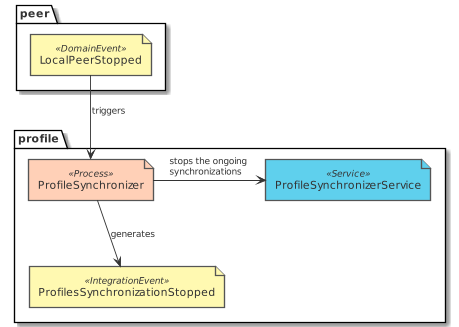
tmorin/dorders keeps this PlantUML diagram as paper/design_profile_eventstorming_synchronize_profiles_stop.png. Above is the earlier version. Source of this version:
```plantuml
@startuml design_profile_eventstorming_synchronize_profiles_stop
!include common.puml
!include ../.gdiag/plantuml-libs/eventstorming/eventstorming-all.puml
package peer {
  domain_event('LocalPeerStopped')
}
package profile {
  process('ProfileSynchronizer')
  service('ProfileSynchronizerService')
  integration_event('ProfilesSynchronizationStopped')
}

LocalPeerStopped -d-> ProfileSynchronizer : triggers
ProfileSynchronizer -r-> ProfileSynchronizerService : stops the ongoing synchronizations
ProfileSynchronizer --> ProfilesSynchronizationStopped : generates
@enduml
```
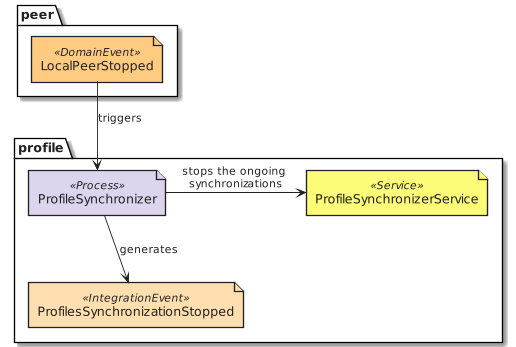
Later version of the same file.

What changed in the source:
```diff
@@ -1,13 +1,12 @@
 @startuml design_profile_eventstorming_synchronize_profiles_stop
-!include common.puml
-!include ../.gdiag/plantuml-libs/eventstorming/eventstorming-all.puml
+!include common.eventstorming.puml
 package peer {
-  domain_event('LocalPeerStopped')
+  DomainEvent('LocalPeerStopped')
 }
 package profile {
-  process('ProfileSynchronizer')
-  service('ProfileSynchronizerService')
-  integration_event('ProfilesSynchronizationStopped')
+  Process('ProfileSynchronizer')
+  Service('ProfileSynchronizerService')
+  IntegrationEvent('ProfilesSynchronizationStopped')
 }
 
 LocalPeerStopped -d-> ProfileSynchronizer : triggers
```
